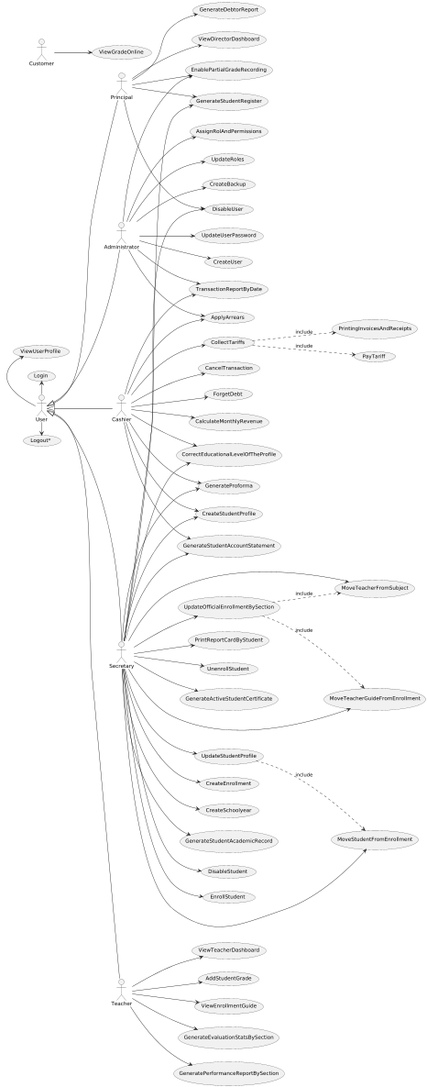
The PlantUML diagram out/UseCaseView/UseCases.png in wsmcbl/wsmcbl.doc, before a commit.
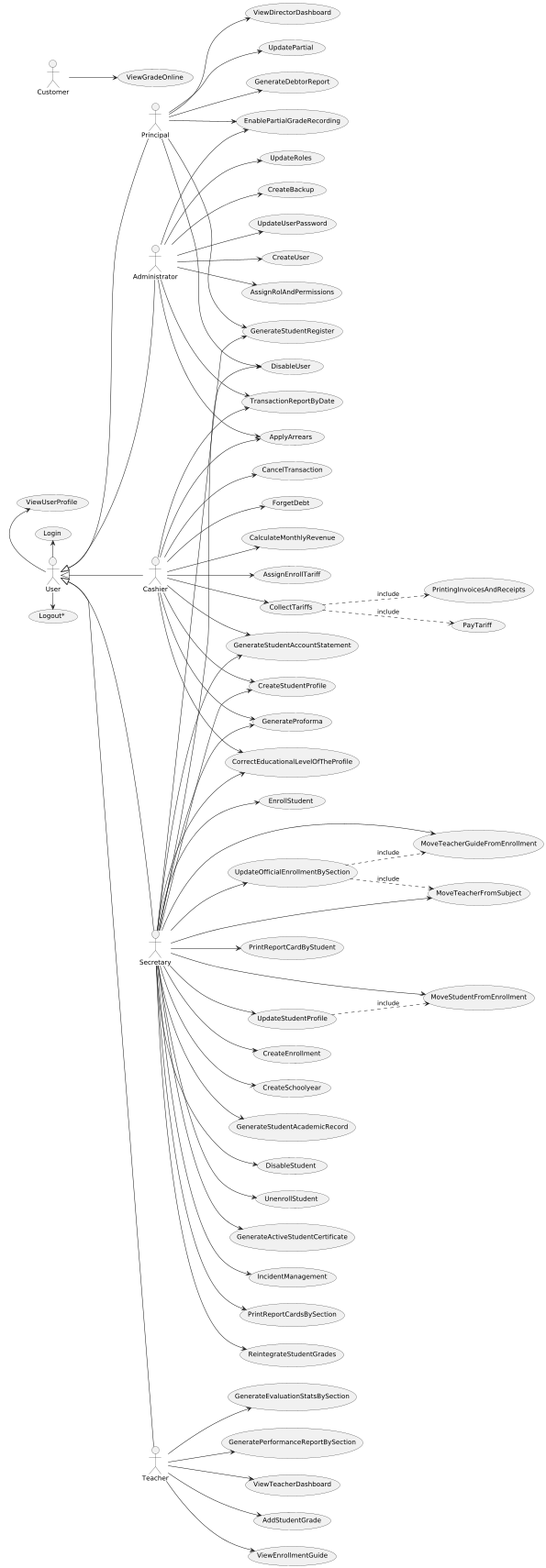
The same diagram one commit later.

Commit message:
Update: VII iteration usecase in UseCases.puml file

Change to the diagram source:
```diff
@@ -161,4 +161,20 @@
 Teacher --> CU32
 Teacher --> CU89
 
+
+usecase CU40 as "IncidentManagement"
+usecase CU59 as "PrintReportCardsBySection"
+usecase CU86 as "UpdatePartial"
+usecase CU88 as "AssignEnrollTariff"
+usecase CU93 as "ReintegrateStudentGrades"
+
+Secretary --> CU40
+Secretary --> CU59
+Secretary --> CU93
+
+Principal --> CU86
+
+Cashier --> CU88
+
+
 @enduml
```
